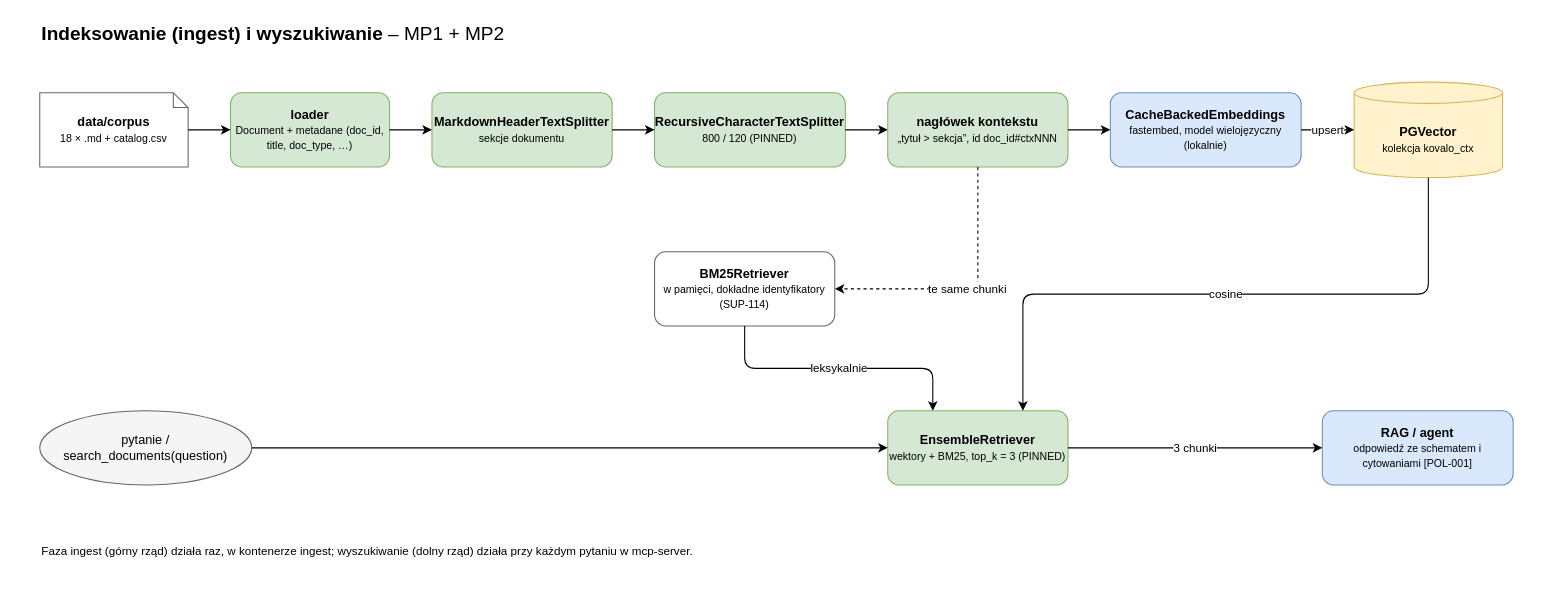
Earlier version of the draw.io diagram page "3. Indeksowanie i wyszukiwanie" (3 of 3) of docs/architecture/kovalo-architecture.drawio (oszypczy/kovalo-copilot). Source tidied: cells renumbered, new cells numbered last; positions are measured from the earlier drawing's top-left corner, leaving out a move shared by most shapes. Both pictures are drawn from the tidied source at 106%, with x=0, y=0 at pixel (39, 18).
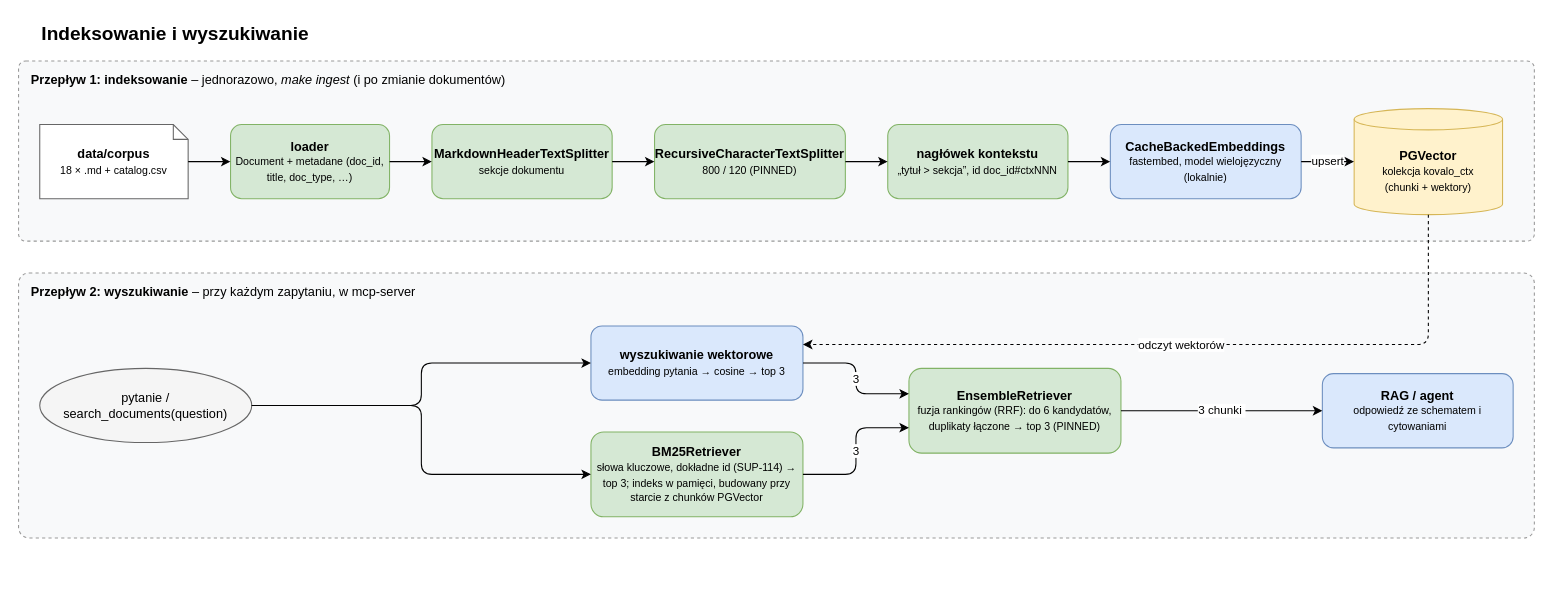
The same page after the edit.

What changed in the source:
```diff
@@
-    <mxCell id="2" value="&lt;b&gt;Indeksowanie (ingest) i wyszukiwanie&lt;/b&gt; – MP1 + MP2" style="text;html=1;fontSize=18;align=left;verticalAlign=middle;" parent="1" vertex="1">
-      <mxGeometry width="700" height="30" as="geometry" />
+    <mxCell id="2" value="&lt;b&gt;Indeksowanie i wyszukiwanie&lt;/b&gt;" style="text;html=1;fontSize=18;align=left;verticalAlign=middle;" parent="1" vertex="1">
+      <mxGeometry width="900" height="30" as="geometry" />
     </mxCell>
+    <mxCell id="26" value="&lt;b&gt;Przepływ 1: indeksowanie&lt;/b&gt; – jednorazowo, &lt;i&gt;make ingest&lt;/i&gt; (i po zmianie dokumentów)" style="rounded=1;arcSize=4;align=left;verticalAlign=top;spacingLeft=10;spacingTop=4;fillColor=#f8f9fa;strokeColor=#999999;dashed=1;whiteSpace=wrap;html=1;" parent="1" vertex="1">
+      <mxGeometry x="-20" y="40" width="1430" height="170" as="geometry" />
+    </mxCell>
+    <mxCell id="27" value="&lt;b&gt;Przepływ 2: wyszukiwanie&lt;/b&gt; – przy każdym zapytaniu, w mcp-server" style="rounded=1;arcSize=4;align=left;verticalAlign=top;spacingLeft=10;spacingTop=4;fillColor=#f8f9fa;strokeColor=#999999;dashed=1;whiteSpace=wrap;html=1;" parent="1" vertex="1">
+      <mxGeometry x="-20" y="240" width="1430" height="250" as="geometry" />
+    </mxCell>
-    <mxCell id="3" value="&lt;b&gt;data/corpus&lt;/b&gt;&lt;br&gt;&lt;font style=&quot;font-size:10px&quot;&gt;18 × .md + catalog.csv&lt;/font&gt;" style="shape=note;whiteSpace=wrap;html=1;size=14;fillColor=#ffffff;strokeColor=#666666;" parent="1" vertex="1">
-      <mxGeometry y="70" width="140" height="70" as="geometry" />
+    <mxCell id="3" value="&lt;b&gt;data/corpus&lt;/b&gt;&lt;br&gt;&lt;font style=&quot;font-size:10px&quot;&gt;18 × .md + catalog.csv&lt;/font&gt;" style="shape=note;size=14;fillColor=#ffffff;strokeColor=#666666;whiteSpace=wrap;html=1;" parent="1" vertex="1">
+      <mxGeometry y="100" width="140" height="70" as="geometry" />
     </mxCell>
-    <mxCell id="4" value="&lt;b&gt;loader&lt;/b&gt;&lt;br&gt;&lt;font style=&quot;font-size:10px&quot;&gt;Document + metadane (doc_id, title, doc_type, …)&lt;/font&gt;" style="rounded=1;whiteSpace=wrap;html=1;fillColor=#d5e8d4;strokeColor=#82b366;" parent="1" vertex="1">
-      <mxGeometry x="180" y="70" width="150" height="70" as="geometry" />
+    <mxCell id="4" value="&lt;b&gt;loader&lt;/b&gt;&lt;br&gt;&lt;font style=&quot;font-size:10px&quot;&gt;Document + metadane (doc_id, title, doc_type, …)&lt;/font&gt;" style="rounded=1;fillColor=#d5e8d4;strokeColor=#82b366;whiteSpace=wrap;html=1;" parent="1" vertex="1">
+      <mxGeometry x="180" y="100" width="150" height="70" as="geometry" />
     </mxCell>
-    <mxCell id="5" value="&lt;b&gt;MarkdownHeaderTextSplitter&lt;/b&gt;&lt;br&gt;&lt;font style=&quot;font-size:10px&quot;&gt;sekcje dokumentu&lt;/font&gt;" style="rounded=1;whiteSpace=wrap;html=1;fillColor=#d5e8d4;strokeColor=#82b366;" parent="1" vertex="1">
-      <mxGeometry x="370" y="70" width="170" height="70" as="geometry" />
+    <mxCell id="5" value="&lt;b&gt;MarkdownHeaderTextSplitter&lt;/b&gt;&lt;br&gt;&lt;font style=&quot;font-size:10px&quot;&gt;sekcje dokumentu&lt;/font&gt;" style="rounded=1;fillColor=#d5e8d4;strokeColor=#82b366;whiteSpace=wrap;html=1;" parent="1" vertex="1">
+      <mxGeometry x="370" y="100" width="170" height="70" as="geometry" />
     </mxCell>
-    <mxCell id="6" value="&lt;b&gt;RecursiveCharacterTextSplitter&lt;/b&gt;&lt;br&gt;&lt;font style=&quot;font-size:10px&quot;&gt;800 / 120 (PINNED)&lt;/font&gt;" style="rounded=1;whiteSpace=wrap;html=1;fillColor=#d5e8d4;strokeColor=#82b366;" parent="1" vertex="1">
-      <mxGeometry x="580" y="70" width="180" height="70" as="geometry" />
+    <mxCell id="6" value="&lt;b&gt;RecursiveCharacterTextSplitter&lt;/b&gt;&lt;br&gt;&lt;font style=&quot;font-size:10px&quot;&gt;800 / 120 (PINNED)&lt;/font&gt;" style="rounded=1;fillColor=#d5e8d4;strokeColor=#82b366;whiteSpace=wrap;html=1;" parent="1" vertex="1">
+      <mxGeometry x="580" y="100" width="180" height="70" as="geometry" />
     </mxCell>
-    <mxCell id="7" value="&lt;b&gt;nagłówek kontekstu&lt;/b&gt;&lt;br&gt;&lt;font style=&quot;font-size:10px&quot;&gt;„tytuł &amp;gt; sekcja”, id doc_id#ctxNNN&lt;/font&gt;" style="rounded=1;whiteSpace=wrap;html=1;fillColor=#d5e8d4;strokeColor=#82b366;" parent="1" vertex="1">
-      <mxGeometry x="800" y="70" width="170" height="70" as="geometry" />
+    <mxCell id="7" value="&lt;b&gt;nagłówek kontekstu&lt;/b&gt;&lt;br&gt;&lt;font style=&quot;font-size:10px&quot;&gt;„tytuł &amp;gt; sekcja”, id doc_id#ctxNNN&lt;/font&gt;" style="rounded=1;fillColor=#d5e8d4;strokeColor=#82b366;whiteSpace=wrap;html=1;" parent="1" vertex="1">
+      <mxGeometry x="800" y="100" width="170" height="70" as="geometry" />
     </mxCell>
-    <mxCell id="8" value="&lt;b&gt;CacheBackedEmbeddings&lt;/b&gt;&lt;br&gt;&lt;font style=&quot;font-size:10px&quot;&gt;fastembed, model wielojęzyczny (lokalnie)&lt;/font&gt;" style="rounded=1;whiteSpace=wrap;html=1;fillColor=#dae8fc;strokeColor=#6c8ebf;" parent="1" vertex="1">
-      <mxGeometry x="1010" y="70" width="180" height="70" as="geometry" />
+    <mxCell id="8" value="&lt;b&gt;CacheBackedEmbeddings&lt;/b&gt;&lt;br&gt;&lt;font style=&quot;font-size:10px&quot;&gt;fastembed, model wielojęzyczny (lokalnie)&lt;/font&gt;" style="rounded=1;fillColor=#dae8fc;strokeColor=#6c8ebf;whiteSpace=wrap;html=1;" parent="1" vertex="1">
+      <mxGeometry x="1010" y="100" width="180" height="70" as="geometry" />
     </mxCell>
-    <mxCell id="9" value="&lt;b&gt;PGVector&lt;/b&gt;&lt;br&gt;&lt;font style=&quot;font-size:10px&quot;&gt;kolekcja kovalo_ctx&lt;/font&gt;" style="shape=cylinder3;whiteSpace=wrap;html=1;boundedLbl=1;size=10;fillColor=#fff2cc;strokeColor=#d6b656;" parent="1" vertex="1">
-      <mxGeometry x="1240" y="60" width="140" height="90" as="geometry" />
+    <mxCell id="9" value="&lt;b&gt;PGVector&lt;/b&gt;&lt;br&gt;&lt;font style=&quot;font-size:10px&quot;&gt;kolekcja kovalo_ctx&lt;br&gt;(chunki + wektory)&lt;/font&gt;" style="shape=cylinder3;boundedLbl=1;size=10;fillColor=#fff2cc;strokeColor=#d6b656;whiteSpace=wrap;html=1;" parent="1" vertex="1">
+      <mxGeometry x="1240" y="85" width="140" height="100" as="geometry" />
     </mxCell>
+    <mxCell id="11" value="pytanie /&lt;br&gt;search_documents(question)" style="ellipse;fillColor=#f5f5f5;strokeColor=#666666;whiteSpace=wrap;html=1;" parent="1" vertex="1">
+      <mxGeometry y="330" width="200" height="70" as="geometry" />
+    </mxCell>
+    <mxCell id="28" value="&lt;b&gt;wyszukiwanie wektorowe&lt;/b&gt;&lt;br&gt;&lt;font style=&quot;font-size:10px&quot;&gt;embedding pytania → cosine → top 3&lt;/font&gt;" style="rounded=1;fillColor=#dae8fc;strokeColor=#6c8ebf;whiteSpace=wrap;html=1;" parent="1" vertex="1">
+      <mxGeometry x="520" y="290" width="200" height="70" as="geometry" />
+    </mxCell>
-    <mxCell id="10" value="&lt;b&gt;BM25Retriever&lt;/b&gt;&lt;br&gt;&lt;font style=&quot;font-size:10px&quot;&gt;w pamięci, dokładne identyfikatory (SUP-114)&lt;/font&gt;" style="rounded=1;whiteSpace=wrap;html=1;fillColor=#ffffff;strokeColor=#666666;" parent="1" vertex="1">
-      <mxGeometry x="580" y="220" width="170" height="70" as="geometry" />
+    <mxCell id="10" value="&lt;b&gt;BM25Retriever&lt;/b&gt;&lt;br&gt;&lt;font style=&quot;font-size:10px&quot;&gt;słowa kluczowe, dokładne id (SUP-114) → top 3; indeks w pamięci, budowany przy starcie z chunków PGVector&lt;/font&gt;" style="rounded=1;fillColor=#d5e8d4;strokeColor=#82b366;whiteSpace=wrap;html=1;" parent="1" vertex="1">
+      <mxGeometry x="520" y="390" width="200" height="80" as="geometry" />
     </mxCell>
-    <mxCell id="11" value="pytanie / search_documents(question)" style="ellipse;whiteSpace=wrap;html=1;fillColor=#f5f5f5;strokeColor=#666666;" parent="1" vertex="1">
-      <mxGeometry y="370" width="200" height="70" as="geometry" />
-    </mxCell>
-    <mxCell id="12" value="&lt;b&gt;EnsembleRetriever&lt;/b&gt;&lt;br&gt;&lt;font style=&quot;font-size:10px&quot;&gt;wektory + BM25, top_k = 3 (PINNED)&lt;/font&gt;" style="rounded=1;whiteSpace=wrap;html=1;fillColor=#d5e8d4;strokeColor=#82b366;" parent="1" vertex="1">
-      <mxGeometry x="800" y="370" width="170" height="70" as="geometry" />
+    <mxCell id="12" value="&lt;b&gt;EnsembleRetriever&lt;/b&gt;&lt;br&gt;&lt;font style=&quot;font-size:10px&quot;&gt;fuzja rankingów (RRF): do 6 kandydatów, duplikaty łączone → top 3 (PINNED)&lt;/font&gt;" style="rounded=1;fillColor=#d5e8d4;strokeColor=#82b366;whiteSpace=wrap;html=1;" parent="1" vertex="1">
+      <mxGeometry x="820" y="330" width="200" height="80" as="geometry" />
     </mxCell>
-    <mxCell id="13" value="&lt;b&gt;RAG / agent&lt;/b&gt;&lt;br&gt;&lt;font style=&quot;font-size:10px&quot;&gt;odpowiedź ze schematem i cytowaniami [POL-001]&lt;/font&gt;" style="rounded=1;whiteSpace=wrap;html=1;fillColor=#dae8fc;strokeColor=#6c8ebf;" parent="1" vertex="1">
-      <mxGeometry x="1210" y="370" width="180" height="70" as="geometry" />
+    <mxCell id="13" value="&lt;b&gt;RAG / agent&lt;/b&gt;&lt;br&gt;&lt;font style=&quot;font-size:10px&quot;&gt;odpowiedź ze schematem i cytowaniami&lt;/font&gt;" style="rounded=1;fillColor=#dae8fc;strokeColor=#6c8ebf;whiteSpace=wrap;html=1;" parent="1" vertex="1">
+      <mxGeometry x="1210" y="335" width="180" height="70" as="geometry" />
     </mxCell>
-    <mxCell id="14" style="edgeStyle=orthogonalEdgeStyle;rounded=1;html=1;" parent="1" edge="1" source="3" target="4">
+    <mxCell id="14" style="edgeStyle=orthogonalEdgeStyle;rounded=1;html=1;defaultLabelBackgroundColor=page;" parent="1" edge="1" source="3" target="4">
       <mxGeometry relative="1" as="geometry" />
     </mxCell>
-    <mxCell id="15" style="edgeStyle=orthogonalEdgeStyle;rounded=1;html=1;" parent="1" edge="1" source="4" target="5">
+    <mxCell id="15" style="edgeStyle=orthogonalEdgeStyle;rounded=1;html=1;defaultLabelBackgroundColor=page;" parent="1" edge="1" source="4" target="5">
       <mxGeometry relative="1" as="geometry" />
     </mxCell>
-    <mxCell id="16" style="edgeStyle=orthogonalEdgeStyle;rounded=1;html=1;" parent="1" edge="1" source="5" target="6">
+    <mxCell id="16" style="edgeStyle=orthogonalEdgeStyle;rounded=1;html=1;defaultLabelBackgroundColor=page;" parent="1" edge="1" source="5" target="6">
       <mxGeometry relative="1" as="geometry" />
     </mxCell>
-    <mxCell id="17" style="edgeStyle=orthogonalEdgeStyle;rounded=1;html=1;" parent="1" edge="1" source="6" target="7">
+    <mxCell id="17" style="edgeStyle=orthogonalEdgeStyle;rounded=1;html=1;defaultLabelBackgroundColor=page;" parent="1" edge="1" source="6" target="7">
       <mxGeometry relative="1" as="geometry" />
     </mxCell>
-    <mxCell id="18" style="edgeStyle=orthogonalEdgeStyle;rounded=1;html=1;" parent="1" edge="1" source="7" target="8">
+    <mxCell id="18" style="edgeStyle=orthogonalEdgeStyle;rounded=1;html=1;defaultLabelBackgroundColor=page;" parent="1" edge="1" source="7" target="8">
       <mxGeometry relative="1" as="geometry" />
     </mxCell>
@@
-    <mxCell id="20" value="te same chunki" style="edgeStyle=orthogonalEdgeStyle;rounded=1;html=1;dashed=1;defaultLabelBackgroundColor=page;exitX=0.5;exitY=1;entryX=1;entryY=0.5;" parent="1" edge="1" source="7" target="10">
-      <mxGeometry relative="1" as="geometry" />
-    </mxCell>
-    <mxCell id="21" style="edgeStyle=orthogonalEdgeStyle;rounded=1;html=1;" parent="1" edge="1" source="11" target="12">
-      <mxGeometry relative="1" as="geometry" />
-    </mxCell>
+    <mxCell id="29" style="edgeStyle=orthogonalEdgeStyle;rounded=1;html=1;defaultLabelBackgroundColor=page;exitX=1;exitY=0.5;entryX=0;entryY=0.5;" parent="1" edge="1" source="11" target="28">
+      <mxGeometry relative="1" as="geometry" />
+    </mxCell>
+    <mxCell id="30" style="edgeStyle=orthogonalEdgeStyle;rounded=1;html=1;defaultLabelBackgroundColor=page;exitX=1;exitY=0.5;entryX=0;entryY=0.5;" parent="1" edge="1" source="11" target="10">
+      <mxGeometry relative="1" as="geometry" />
+    </mxCell>
-    <mxCell id="22" value="leksykalnie" style="edgeStyle=orthogonalEdgeStyle;rounded=1;html=1;defaultLabelBackgroundColor=page;exitX=0.5;exitY=1;entryX=0.25;entryY=0;" parent="1" edge="1" source="10" target="12">
-      <mxGeometry relative="1" as="geometry" />
+    <mxCell id="22" value="odczyt wektorów" style="edgeStyle=orthogonalEdgeStyle;rounded=1;html=1;defaultLabelBackgroundColor=page;dashed=1;exitX=0.5;exitY=1;entryX=1;entryY=0.25;" parent="1" edge="1" source="9" target="28">
+      <mxGeometry relative="1" as="geometry">
+        <Array as="points">
+          <mxPoint x="1310" y="308" />
+        </Array>
+      </mxGeometry>
     </mxCell>
-    <mxCell id="23" value="cosine" style="edgeStyle=orthogonalEdgeStyle;rounded=1;html=1;defaultLabelBackgroundColor=page;exitX=0.5;exitY=1;entryX=0.75;entryY=0;" parent="1" edge="1" source="9" target="12">
+    <mxCell id="23" value="3" style="edgeStyle=orthogonalEdgeStyle;rounded=1;html=1;defaultLabelBackgroundColor=page;exitX=1;exitY=0.5;entryX=0;entryY=0.3;" parent="1" edge="1" source="28" target="12">
       <mxGeometry relative="1" as="geometry" />
     </mxCell>
-    <mxCell id="24" value="3 chunki" style="edgeStyle=orthogonalEdgeStyle;rounded=1;html=1;defaultLabelBackgroundColor=page;" parent="1" edge="1" source="12" target="13">
+    <mxCell id="24" value="3" style="edgeStyle=orthogonalEdgeStyle;rounded=1;html=1;defaultLabelBackgroundColor=page;exitX=1;exitY=0.5;entryX=0;entryY=0.7;" parent="1" edge="1" source="10" target="12">
       <mxGeometry relative="1" as="geometry" />
     </mxCell>
-    <mxCell id="25" value="Faza ingest (górny rząd) działa raz, w kontenerze ingest; wyszukiwanie (dolny rząd) działa przy każdym pytaniu w mcp-server." style="text;html=1;align=left;verticalAlign=top;fontSize=11;" parent="1" vertex="1">
-      <mxGeometry y="490" width="700" height="40" as="geometry" />
-    </mxCell>
+    <mxCell id="31" value="3 chunki&amp;nbsp;" style="edgeStyle=orthogonalEdgeStyle;rounded=1;html=1;defaultLabelBackgroundColor=page;" parent="1" edge="1" source="12" target="13">
+      <mxGeometry relative="1" as="geometry" />
+    </mxCell>
```
